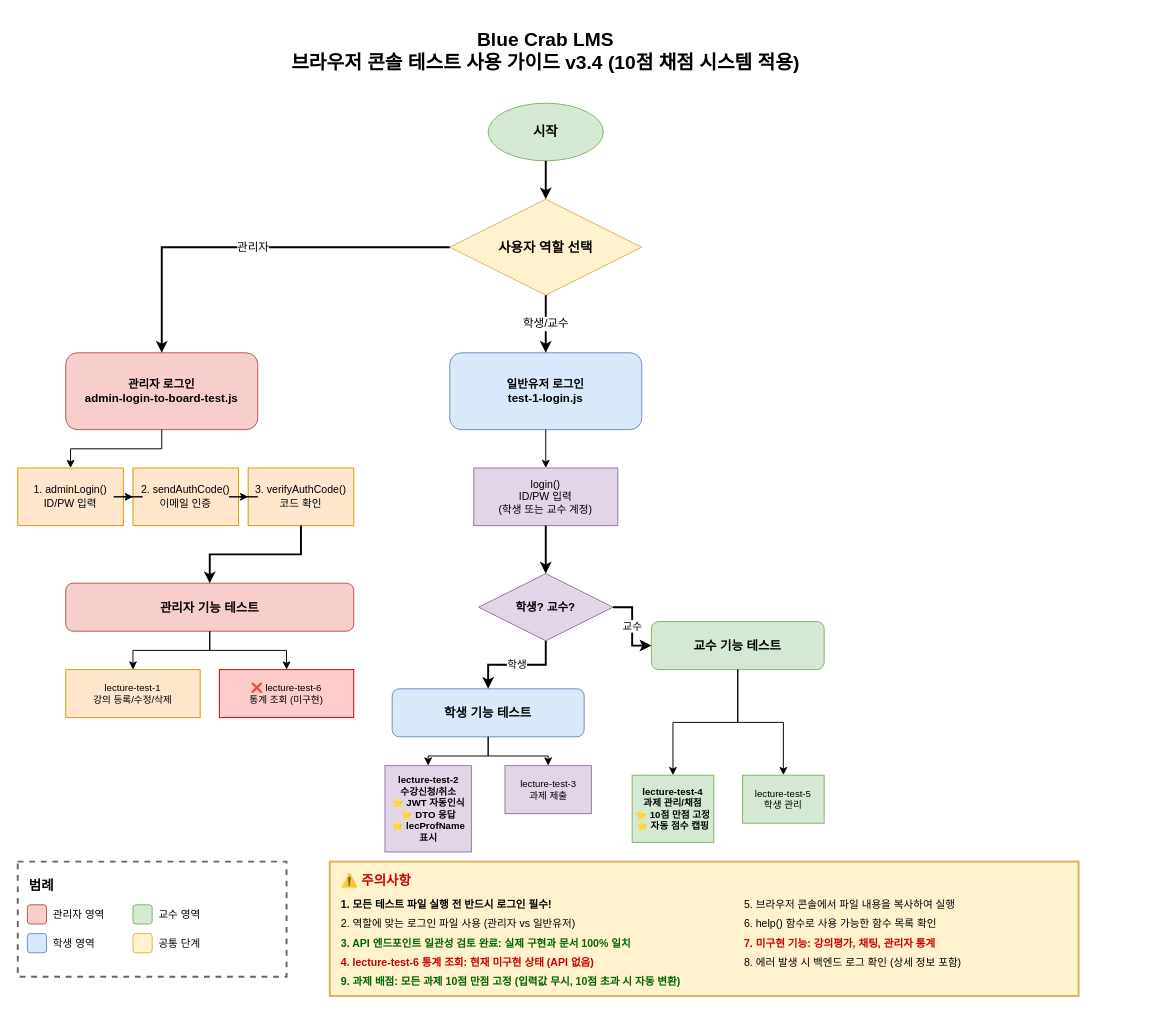
Above: backend/BlueCrab/docs/강의관련기능/브라우저콘솔테스트/usage-diagram.drawio in hooting76/blue-crab-lms (draw.io), before the change. Source tidied: cells renumbered, new cells numbered last; positions are measured from the earlier drawing's top-left corner, leaving out a move shared by most shapes. Both pictures are drawn from the tidied source at 96%, with x=0, y=0 at pixel (17, 16).
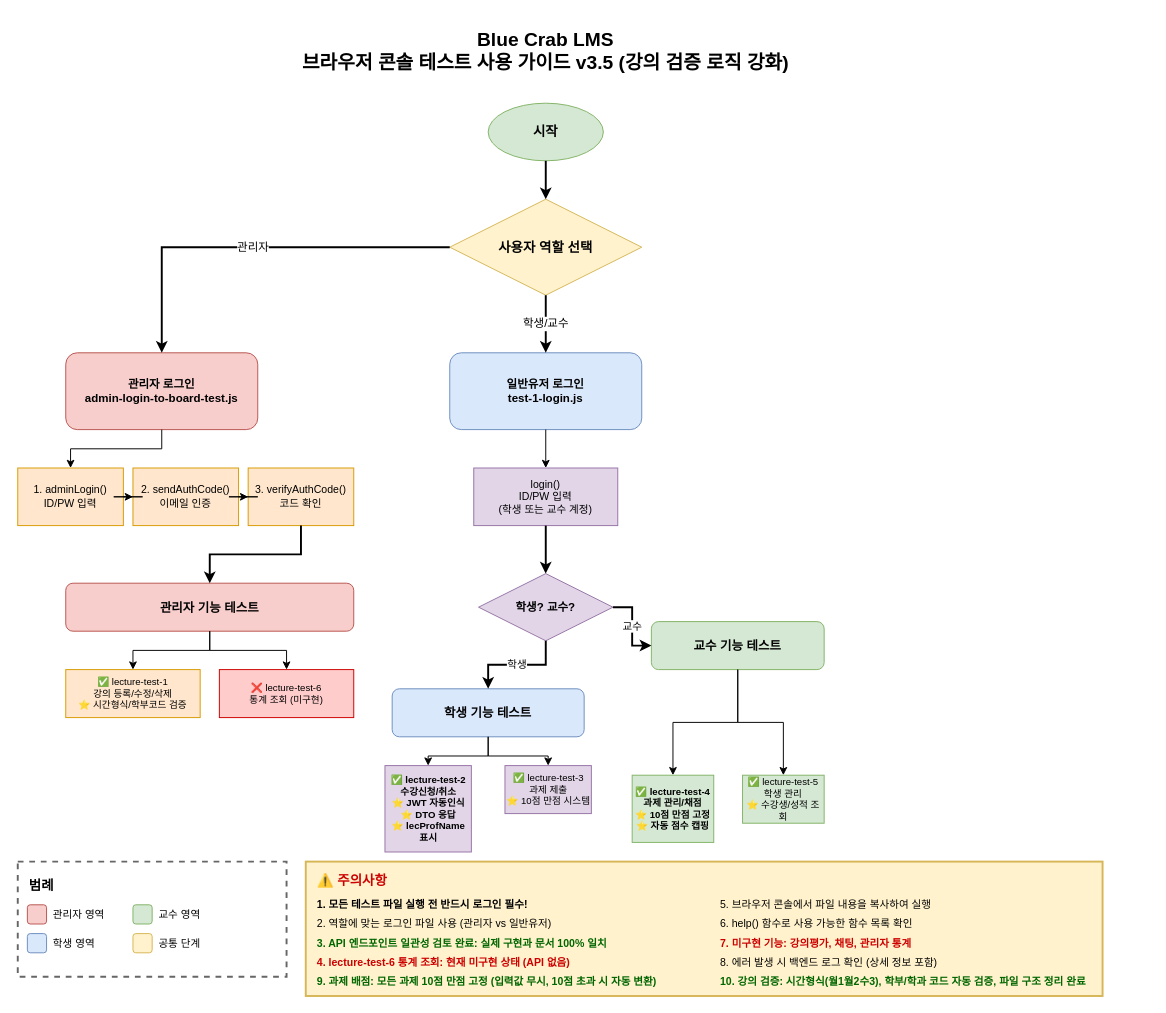
The same page after the edit.

Commit message (it also covers changes not shown here):
다이어그램 업데이트.

What changed in the source:
```diff
@@
-    <mxCell id="2" value="Blue Crab LMS&#10;브라우저 콘솔 테스트 사용 가이드 v3.4 (10점 채점 시스템 적용)" style="text;html=1;strokeColor=none;fillColor=default;align=center;verticalAlign=middle;whiteSpace=wrap;rounded=0;fontSize=20;fontStyle=1;" parent="1" vertex="1">
+    <mxCell id="2" value="Blue Crab LMS&#10;브라우저 콘솔 테스트 사용 가이드 v3.5 (강의 검증 로직 강화)" style="text;html=1;strokeColor=none;fillColor=default;align=center;verticalAlign=middle;whiteSpace=wrap;rounded=0;fontSize=20;fontStyle=1;" parent="1" vertex="1">
       <mxGeometry x="220" width="660" height="70" as="geometry" />
     </mxCell>
@@
-    <mxCell id="20" value="lecture-test-1&#10;강의 등록/수정/삭제" style="rounded=0;whiteSpace=wrap;html=1;fillColor=#ffe6cc;strokeColor=#d79b00;fontSize=10;" parent="1" vertex="1">
+    <mxCell id="20" value="✅ lecture-test-1&#10;강의 등록/수정/삭제&#10;⭐ 시간형식/학부코드 검증" style="rounded=0;whiteSpace=wrap;html=1;fillColor=#ffe6cc;strokeColor=#d79b00;fontSize=10;" parent="1" vertex="1">
       <mxGeometry x="50" y="680" width="140" height="50" as="geometry" />
     </mxCell>
@@
-    <mxCell id="28" value="lecture-test-2&#10;수강신청/취소&#10;⭐ JWT 자동인식&#10;⭐ DTO 응답&#10;⭐ lecProfName 표시" style="rounded=0;whiteSpace=wrap;html=1;fillColor=#e1d5e7;strokeColor=#9673a6;fontSize=10;fontStyle=1;" parent="1" vertex="1">
+    <mxCell id="28" value="✅ lecture-test-2&#10;수강신청/취소&#10;⭐ JWT 자동인식&#10;⭐ DTO 응답&#10;⭐ lecProfName 표시" style="rounded=0;whiteSpace=wrap;html=1;fillColor=#e1d5e7;strokeColor=#9673a6;fontSize=10;fontStyle=1;" parent="1" vertex="1">
       <mxGeometry x="382.5" y="780" width="90" height="90" as="geometry" />
     </mxCell>
-    <mxCell id="29" value="lecture-test-3&#10;과제 제출" style="rounded=0;whiteSpace=wrap;html=1;fillColor=#e1d5e7;strokeColor=#9673a6;fontSize=10;" parent="1" vertex="1">
+    <mxCell id="29" value="✅ lecture-test-3&#10;과제 제출&#10;⭐ 10점 만점 시스템" style="rounded=0;whiteSpace=wrap;html=1;fillColor=#e1d5e7;strokeColor=#9673a6;fontSize=10;" parent="1" vertex="1">
       <mxGeometry x="507.5" y="780" width="90" height="50" as="geometry" />
     </mxCell>
@@
-    <mxCell id="34" value="lecture-test-4&#10;과제 관리/채점&#10;⭐ 10점 만점 고정&#10;⭐ 자동 점수 캡핑" style="rounded=0;whiteSpace=wrap;html=1;fillColor=#d5e8d4;strokeColor=#82b366;fontSize=10;fontStyle=1;" parent="1" vertex="1">
+    <mxCell id="34" value="✅ lecture-test-4&#10;과제 관리/채점&#10;⭐ 10점 만점 고정&#10;⭐ 자동 점수 캡핑" style="rounded=0;whiteSpace=wrap;html=1;fillColor=#d5e8d4;strokeColor=#82b366;fontSize=10;fontStyle=1;" parent="1" vertex="1">
       <mxGeometry x="640" y="790" width="85" height="70" as="geometry" />
     </mxCell>
-    <mxCell id="35" value="lecture-test-5&#10;학생 관리" style="rounded=0;whiteSpace=wrap;html=1;fillColor=#d5e8d4;strokeColor=#82b366;fontSize=10;" parent="1" vertex="1">
+    <mxCell id="35" value="✅ lecture-test-5&#10;학생 관리&#10;⭐ 수강생/성적 조회" style="rounded=0;whiteSpace=wrap;html=1;fillColor=#d5e8d4;strokeColor=#82b366;fontSize=10;" parent="1" vertex="1">
       <mxGeometry x="755" y="790" width="85" height="50" as="geometry" />
     </mxCell>
@@
     <mxCell id="48" style="rounded=0;whiteSpace=wrap;html=1;fillColor=#fff2cc;strokeColor=#d6b656;strokeWidth=2;" parent="1" vertex="1">
-      <mxGeometry x="325" y="880" width="780" height="140" as="geometry" />
+      <mxGeometry x="300" y="880" width="830" height="140" as="geometry" />
     </mxCell>
     <mxCell id="49" value="⚠️ 주의사항" style="text;html=1;strokeColor=none;fillColor=none;align=left;verticalAlign=middle;whiteSpace=wrap;rounded=0;fontSize=14;fontStyle=1;fontColor=#CC0000;" parent="1" vertex="1">
-      <mxGeometry x="335" y="885" width="120" height="30" as="geometry" />
+      <mxGeometry x="310" y="885" width="120" height="30" as="geometry" />
     </mxCell>
     <mxCell id="50" value="1. 모든 테스트 파일 실행 전 반드시 로그인 필수!" style="text;html=1;strokeColor=none;fillColor=none;align=left;verticalAlign=middle;whiteSpace=wrap;rounded=0;fontSize=11;fontStyle=1;" parent="1" vertex="1">
-      <mxGeometry x="335" y="915" width="350" height="20" as="geometry" />
+      <mxGeometry x="310" y="915" width="350" height="20" as="geometry" />
     </mxCell>
     <mxCell id="51" value="2. 역할에 맞는 로그인 파일 사용 (관리자 vs 일반유저)" style="text;html=1;strokeColor=none;fillColor=none;align=left;verticalAlign=middle;whiteSpace=wrap;rounded=0;fontSize=11;" parent="1" vertex="1">
-      <mxGeometry x="335" y="935" width="400" height="20" as="geometry" />
+      <mxGeometry x="310" y="935" width="400" height="20" as="geometry" />
     </mxCell>
     <mxCell id="52" value="3. API 엔드포인트 일관성 검토 완료: 실제 구현과 문서 100% 일치" style="text;html=1;strokeColor=none;fillColor=none;align=left;verticalAlign=middle;whiteSpace=wrap;rounded=0;fontSize=11;fontStyle=1;fontColor=#006600;" parent="1" vertex="1">
-      <mxGeometry x="335" y="955" width="450" height="20" as="geometry" />
+      <mxGeometry x="310" y="955" width="450" height="20" as="geometry" />
     </mxCell>
     <mxCell id="53" value="4. lecture-test-6 통계 조회: 현재 미구현 상태 (API 없음)" style="text;html=1;strokeColor=none;fillColor=none;align=left;verticalAlign=middle;whiteSpace=wrap;rounded=0;fontSize=11;fontColor=#cc0000;fontStyle=1;" parent="1" vertex="1">
-      <mxGeometry x="335" y="975" width="450" height="20" as="geometry" />
+      <mxGeometry x="310" y="975" width="450" height="20" as="geometry" />
     </mxCell>
     <mxCell id="54" value="5. 브라우저 콘솔에서 파일 내용을 복사하여 실행" style="text;html=1;strokeColor=none;fillColor=none;align=left;verticalAlign=middle;whiteSpace=wrap;rounded=0;fontSize=11;" parent="1" vertex="1">
-      <mxGeometry x="755" y="915" width="330" height="20" as="geometry" />
+      <mxGeometry x="730" y="915" width="330" height="20" as="geometry" />
     </mxCell>
     <mxCell id="55" value="6. help() 함수로 사용 가능한 함수 목록 확인" style="text;html=1;strokeColor=none;fillColor=none;align=left;verticalAlign=middle;whiteSpace=wrap;rounded=0;fontSize=11;" parent="1" vertex="1">
-      <mxGeometry x="755" y="935" width="330" height="20" as="geometry" />
+      <mxGeometry x="730" y="935" width="330" height="20" as="geometry" />
     </mxCell>
     <mxCell id="56" value="7. 미구현 기능: 강의평가, 채팅, 관리자 통계" style="text;html=1;strokeColor=none;fillColor=none;align=left;verticalAlign=middle;whiteSpace=wrap;rounded=0;fontSize=11;fontColor=#cc0000;fontStyle=1;" parent="1" vertex="1">
-      <mxGeometry x="755" y="955" width="340" height="20" as="geometry" />
+      <mxGeometry x="730" y="955" width="340" height="20" as="geometry" />
     </mxCell>
     <mxCell id="57" value="8. 에러 발생 시 백엔드 로그 확인 (상세 정보 포함)" style="text;html=1;strokeColor=none;fillColor=none;align=left;verticalAlign=middle;whiteSpace=wrap;rounded=0;fontSize=11;" parent="1" vertex="1">
-      <mxGeometry x="755" y="975" width="340" height="20" as="geometry" />
+      <mxGeometry x="730" y="975" width="340" height="20" as="geometry" />
     </mxCell>
     <mxCell id="58" value="9. 과제 배점: 모든 과제 10점 만점 고정 (입력값 무시, 10점 초과 시 자동 변환)" style="text;html=1;strokeColor=none;fillColor=none;align=left;verticalAlign=middle;whiteSpace=wrap;rounded=0;fontSize=11;fontColor=#006600;fontStyle=1;" parent="1" vertex="1">
-      <mxGeometry x="335" y="995" width="550" height="20" as="geometry" />
+      <mxGeometry x="310" y="995" width="550" height="20" as="geometry" />
     </mxCell>
+    <mxCell id="59" value="10. 강의 검증: 시간형식(월1월2수3), 학부/학과 코드 자동 검증, 파일 구조 정리 완료" style="text;html=1;strokeColor=none;fillColor=none;align=left;verticalAlign=middle;whiteSpace=wrap;rounded=0;fontSize=11;fontColor=#006600;fontStyle=1;" parent="1" vertex="1">
+      <mxGeometry x="730" y="995" width="450" height="20" as="geometry" />
+    </mxCell>
```
